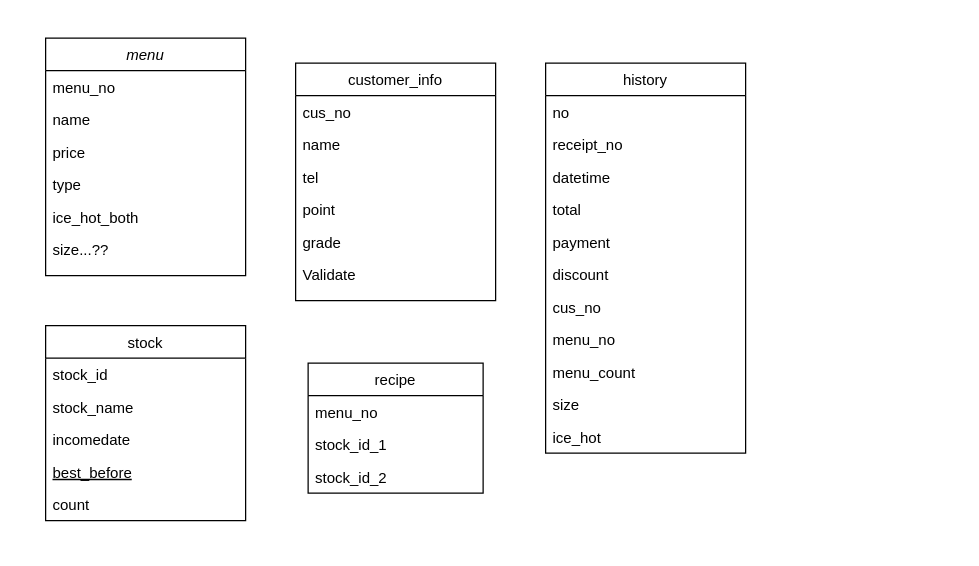
The draw.io diagram Untitled Diagram.drawio in lachicadulce/JavaStudy, before the edit. Source tidied: cells renumbered, new cells numbered last; positions are measured from the earlier drawing's top-left corner, leaving out a move shared by most shapes. Both pictures are drawn from the tidied source at 125%, with x=0, y=0 at pixel (45, 38).
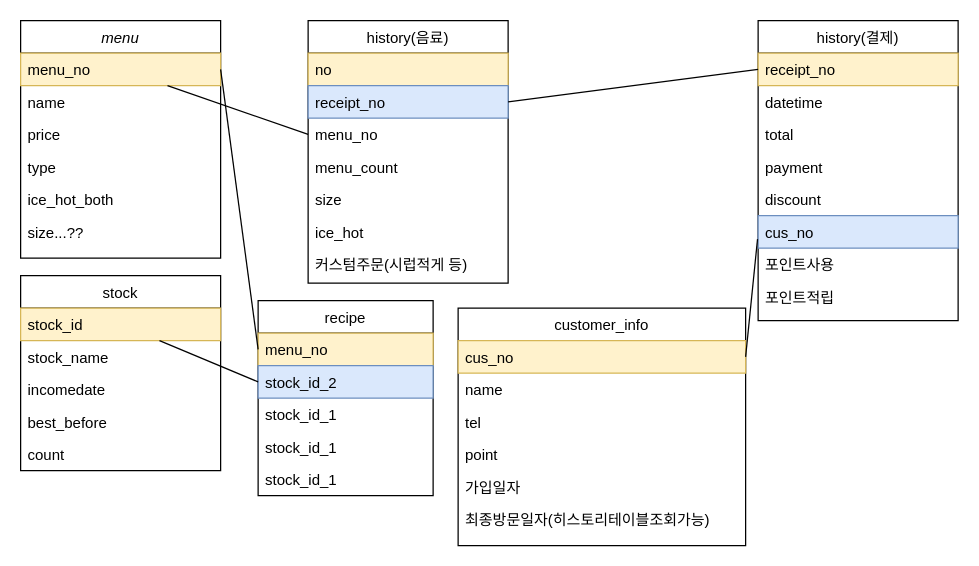
The same diagram, later.

Commit message:
자바 다이어그램 수정

Change to the diagram source:
```diff
@@
     <mxCell id="2" value="menu" style="swimlane;fontStyle=2;align=center;verticalAlign=top;horizontal=1;startSize=26;rounded=0;shadow=0;strokeWidth=1;" parent="1" vertex="1">
-      <mxGeometry width="160" height="190" as="geometry" />
+      <mxGeometry x="-20" y="-14" width="160" height="190" as="geometry" />
     </mxCell>
-    <mxCell id="3" value="menu_no" style="text;align=left;verticalAlign=top;spacingLeft=4;spacingRight=4;overflow=hidden;points=[[0,0.5],[1,0.5]];portConstraint=eastwest;" parent="2" vertex="1">
+    <mxCell id="3" value="menu_no" style="text;align=left;verticalAlign=top;spacingLeft=4;spacingRight=4;overflow=hidden;points=[[0,0.5],[1,0.5]];portConstraint=eastwest;fillColor=#fff2cc;strokeColor=#d6b656;" parent="2" vertex="1">
       <mxGeometry y="26" width="160" height="26" as="geometry" />
     </mxCell>
@@
     <mxCell id="9" value="stock" style="swimlane;fontStyle=0;align=center;verticalAlign=top;horizontal=1;startSize=26;rounded=0;shadow=0;strokeWidth=1;" parent="1" vertex="1">
-      <mxGeometry y="230" width="160" height="156" as="geometry" />
+      <mxGeometry x="-20" y="190" width="160" height="156" as="geometry" />
     </mxCell>
-    <mxCell id="10" value="stock_id" style="text;align=left;verticalAlign=top;spacingLeft=4;spacingRight=4;overflow=hidden;points=[[0,0.5],[1,0.5]];portConstraint=eastwest;" parent="9" vertex="1">
+    <mxCell id="10" value="stock_id" style="text;align=left;verticalAlign=top;spacingLeft=4;spacingRight=4;overflow=hidden;points=[[0,0.5],[1,0.5]];portConstraint=eastwest;fillColor=#fff2cc;strokeColor=#d6b656;" parent="9" vertex="1">
       <mxGeometry y="26" width="160" height="26" as="geometry" />
     </mxCell>
@@
-    <mxCell id="13" value="best_before" style="text;align=left;verticalAlign=top;spacingLeft=4;spacingRight=4;overflow=hidden;fontStyle=4;" parent="9" vertex="1">
+    <mxCell id="13" value="best_before" style="text;align=left;verticalAlign=top;spacingLeft=4;spacingRight=4;overflow=hidden;fontStyle=0;" parent="9" vertex="1">
       <mxGeometry y="104" width="160" height="26" as="geometry" />
     </mxCell>
@@
-    <mxCell id="15" value="history" style="swimlane;fontStyle=0;align=center;verticalAlign=top;horizontal=1;startSize=26;rounded=0;shadow=0;strokeWidth=1;" parent="1" vertex="1">
-      <mxGeometry x="400" y="20" width="160" height="312" as="geometry" />
+    <mxCell id="15" value="history(음료)" style="swimlane;fontStyle=0;align=center;verticalAlign=top;horizontal=1;startSize=26;rounded=0;shadow=0;strokeWidth=1;" parent="1" vertex="1">
+      <mxGeometry x="210" y="-14" width="160" height="210" as="geometry" />
     </mxCell>
-    <mxCell id="16" value="no" style="text;align=left;verticalAlign=top;spacingLeft=4;spacingRight=4;overflow=hidden;" parent="15" vertex="1">
+    <mxCell id="16" value="no" style="text;align=left;verticalAlign=top;spacingLeft=4;spacingRight=4;overflow=hidden;fillColor=#fff2cc;strokeColor=#d6b656;" parent="15" vertex="1">
       <mxGeometry y="26" width="160" height="26" as="geometry" />
     </mxCell>
-    <mxCell id="17" value="receipt_no" style="text;align=left;verticalAlign=top;spacingLeft=4;spacingRight=4;overflow=hidden;points=[[0,0.5],[1,0.5]];portConstraint=eastwest;" parent="15" vertex="1">
+    <mxCell id="17" value="receipt_no" style="text;align=left;verticalAlign=top;spacingLeft=4;spacingRight=4;overflow=hidden;points=[[0,0.5],[1,0.5]];portConstraint=eastwest;fillColor=#dae8fc;strokeColor=#6c8ebf;" parent="15" vertex="1">
       <mxGeometry y="52" width="160" height="26" as="geometry" />
     </mxCell>
+    <mxCell id="23" value="menu_no" style="text;align=left;verticalAlign=top;spacingLeft=4;spacingRight=4;overflow=hidden;points=[[0,0.5],[1,0.5]];portConstraint=eastwest;" parent="15" vertex="1">
+      <mxGeometry y="78" width="160" height="26" as="geometry" />
+    </mxCell>
+    <mxCell id="24" value="menu_count" style="text;align=left;verticalAlign=top;spacingLeft=4;spacingRight=4;overflow=hidden;" parent="15" vertex="1">
+      <mxGeometry y="104" width="160" height="26" as="geometry" />
+    </mxCell>
+    <mxCell id="25" value="size" style="text;align=left;verticalAlign=top;spacingLeft=4;spacingRight=4;overflow=hidden;" parent="15" vertex="1">
+      <mxGeometry y="130" width="160" height="26" as="geometry" />
+    </mxCell>
+    <mxCell id="26" value="ice_hot" style="text;align=left;verticalAlign=top;spacingLeft=4;spacingRight=4;overflow=hidden;" parent="15" vertex="1">
+      <mxGeometry y="156" width="160" height="26" as="geometry" />
+    </mxCell>
+    <mxCell id="38" value="커스텀주문(시럽적게 등)" style="text;align=left;verticalAlign=top;spacingLeft=4;spacingRight=4;overflow=hidden;" parent="15" vertex="1">
+      <mxGeometry y="182" width="160" height="26" as="geometry" />
+    </mxCell>
+    <mxCell id="27" value="customer_info" style="swimlane;fontStyle=0;align=center;verticalAlign=top;horizontal=1;startSize=26;rounded=0;shadow=0;strokeWidth=1;" parent="1" vertex="1">
+      <mxGeometry x="330" y="216" width="230" height="190" as="geometry" />
+    </mxCell>
+    <mxCell id="28" value="cus_no" style="text;align=left;verticalAlign=top;spacingLeft=4;spacingRight=4;overflow=hidden;points=[[0,0.5],[1,0.5]];portConstraint=eastwest;fillColor=#fff2cc;strokeColor=#d6b656;" parent="27" vertex="1">
+      <mxGeometry y="26" width="230" height="26" as="geometry" />
+    </mxCell>
+    <mxCell id="29" value="name" style="text;align=left;verticalAlign=top;spacingLeft=4;spacingRight=4;overflow=hidden;rounded=0;shadow=0;html=0;" parent="27" vertex="1">
+      <mxGeometry y="52" width="230" height="26" as="geometry" />
+    </mxCell>
+    <mxCell id="30" value="tel" style="text;align=left;verticalAlign=top;spacingLeft=4;spacingRight=4;overflow=hidden;rounded=0;shadow=0;html=0;" parent="27" vertex="1">
+      <mxGeometry y="78" width="230" height="26" as="geometry" />
+    </mxCell>
+    <mxCell id="31" value="point" style="text;align=left;verticalAlign=top;spacingLeft=4;spacingRight=4;overflow=hidden;rounded=0;shadow=0;html=0;" parent="27" vertex="1">
+      <mxGeometry y="104" width="230" height="26" as="geometry" />
+    </mxCell>
+    <mxCell id="33" value="가입일자" style="text;align=left;verticalAlign=top;spacingLeft=4;spacingRight=4;overflow=hidden;" parent="27" vertex="1">
+      <mxGeometry y="130" width="230" height="26" as="geometry" />
+    </mxCell>
+    <mxCell id="39" value="최종방문일자(히스토리테이블조회가능)" style="text;align=left;verticalAlign=top;spacingLeft=4;spacingRight=4;overflow=hidden;" parent="27" vertex="1">
+      <mxGeometry y="156" width="230" height="26" as="geometry" />
+    </mxCell>
+    <mxCell id="34" value="recipe" style="swimlane;fontStyle=0;horizontal=1;startSize=26;" parent="1" vertex="1">
+      <mxGeometry x="170" y="210" width="140" height="156" as="geometry" />
+    </mxCell>
+    <mxCell id="35" value="menu_no" style="text;strokeColor=#d6b656;fillColor=#fff2cc;align=left;verticalAlign=top;spacingLeft=4;spacingRight=4;overflow=hidden;points=[[0,0.5],[1,0.5]];portConstraint=eastwest;" parent="34" vertex="1">
+      <mxGeometry y="26" width="140" height="26" as="geometry" />
+    </mxCell>
+    <mxCell id="37" value="stock_id_2" style="text;strokeColor=#6c8ebf;fillColor=#dae8fc;align=left;verticalAlign=top;spacingLeft=4;spacingRight=4;overflow=hidden;points=[[0,0.5],[1,0.5]];portConstraint=eastwest;" parent="34" vertex="1">
+      <mxGeometry y="52" width="140" height="26" as="geometry" />
+    </mxCell>
+    <mxCell id="40" value="stock_id_1" style="text;align=left;verticalAlign=top;spacingLeft=4;spacingRight=4;overflow=hidden;" parent="34" vertex="1">
+      <mxGeometry y="78" width="140" height="26" as="geometry" />
+    </mxCell>
+    <mxCell id="41" value="stock_id_1" style="text;align=left;verticalAlign=top;spacingLeft=4;spacingRight=4;overflow=hidden;" parent="34" vertex="1">
+      <mxGeometry y="104" width="140" height="26" as="geometry" />
+    </mxCell>
+    <mxCell id="36" value="stock_id_1" style="text;align=left;verticalAlign=top;spacingLeft=4;spacingRight=4;overflow=hidden;" parent="34" vertex="1">
+      <mxGeometry y="130" width="140" height="26" as="geometry" />
+    </mxCell>
+    <mxCell id="42" value="history(결제)" style="swimlane;fontStyle=0;align=center;verticalAlign=top;horizontal=1;startSize=26;rounded=0;shadow=0;strokeWidth=1;" parent="1" vertex="1">
+      <mxGeometry x="570" y="-14" width="160" height="240" as="geometry" />
+    </mxCell>
+    <mxCell id="43" value="receipt_no" style="text;align=left;verticalAlign=top;spacingLeft=4;spacingRight=4;overflow=hidden;points=[[0,0.5],[1,0.5]];portConstraint=eastwest;fillColor=#fff2cc;strokeColor=#d6b656;" parent="42" vertex="1">
+      <mxGeometry y="26" width="160" height="26" as="geometry" />
+    </mxCell>
-    <mxCell id="18" value="datetime" style="text;align=left;verticalAlign=top;spacingLeft=4;spacingRight=4;overflow=hidden;" parent="15" vertex="1">
-      <mxGeometry y="78" width="160" height="26" as="geometry" />
+    <mxCell id="18" value="datetime" style="text;align=left;verticalAlign=top;spacingLeft=4;spacingRight=4;overflow=hidden;" parent="42" vertex="1">
+      <mxGeometry y="52" width="160" height="26" as="geometry" />
     </mxCell>
-    <mxCell id="19" value="total" style="text;align=left;verticalAlign=top;spacingLeft=4;spacingRight=4;overflow=hidden;" parent="15" vertex="1">
-      <mxGeometry y="104" width="160" height="26" as="geometry" />
+    <mxCell id="19" value="total" style="text;align=left;verticalAlign=top;spacingLeft=4;spacingRight=4;overflow=hidden;" parent="42" vertex="1">
+      <mxGeometry y="78" width="160" height="26" as="geometry" />
     </mxCell>
-    <mxCell id="20" value="payment" style="text;align=left;verticalAlign=top;spacingLeft=4;spacingRight=4;overflow=hidden;" parent="15" vertex="1">
-      <mxGeometry y="130" width="160" height="26" as="geometry" />
+    <mxCell id="20" value="payment" style="text;align=left;verticalAlign=top;spacingLeft=4;spacingRight=4;overflow=hidden;" parent="42" vertex="1">
+      <mxGeometry y="104" width="160" height="26" as="geometry" />
     </mxCell>
-    <mxCell id="21" value="discount" style="text;align=left;verticalAlign=top;spacingLeft=4;spacingRight=4;overflow=hidden;" parent="15" vertex="1">
-      <mxGeometry y="156" width="160" height="26" as="geometry" />
+    <mxCell id="21" value="discount" style="text;align=left;verticalAlign=top;spacingLeft=4;spacingRight=4;overflow=hidden;" parent="42" vertex="1">
+      <mxGeometry y="130" width="160" height="26" as="geometry" />
     </mxCell>
-    <mxCell id="22" value="cus_no" style="text;align=left;verticalAlign=top;spacingLeft=4;spacingRight=4;overflow=hidden;points=[[0,0.5],[1,0.5]];portConstraint=eastwest;" parent="15" vertex="1">
-      <mxGeometry y="182" width="160" height="26" as="geometry" />
+    <mxCell id="22" value="cus_no" style="text;align=left;verticalAlign=top;spacingLeft=4;spacingRight=4;overflow=hidden;points=[[0,0.5],[1,0.5]];portConstraint=eastwest;fillColor=#dae8fc;strokeColor=#6c8ebf;" parent="42" vertex="1">
+      <mxGeometry y="156" width="160" height="26" as="geometry" />
     </mxCell>
-    <mxCell id="23" value="menu_no" style="text;align=left;verticalAlign=top;spacingLeft=4;spacingRight=4;overflow=hidden;points=[[0,0.5],[1,0.5]];portConstraint=eastwest;" parent="15" vertex="1">
-      <mxGeometry y="208" width="160" height="26" as="geometry" />
-    </mxCell>
-    <mxCell id="24" value="menu_count" style="text;align=left;verticalAlign=top;spacingLeft=4;spacingRight=4;overflow=hidden;" parent="15" vertex="1">
-      <mxGeometry y="234" width="160" height="26" as="geometry" />
-    </mxCell>
-    <mxCell id="25" value="size" style="text;align=left;verticalAlign=top;spacingLeft=4;spacingRight=4;overflow=hidden;" parent="15" vertex="1">
-      <mxGeometry y="260" width="160" height="26" as="geometry" />
-    </mxCell>
-    <mxCell id="26" value="ice_hot" style="text;align=left;verticalAlign=top;spacingLeft=4;spacingRight=4;overflow=hidden;" parent="15" vertex="1">
-      <mxGeometry y="286" width="160" height="26" as="geometry" />
-    </mxCell>
-    <mxCell id="27" value="customer_info" style="swimlane;fontStyle=0;align=center;verticalAlign=top;horizontal=1;startSize=26;rounded=0;shadow=0;strokeWidth=1;" parent="1" vertex="1">
-      <mxGeometry x="200" y="20" width="160" height="190" as="geometry" />
-    </mxCell>
-    <mxCell id="28" value="cus_no" style="text;align=left;verticalAlign=top;spacingLeft=4;spacingRight=4;overflow=hidden;points=[[0,0.5],[1,0.5]];portConstraint=eastwest;" parent="27" vertex="1">
-      <mxGeometry y="26" width="160" height="26" as="geometry" />
-    </mxCell>
-    <mxCell id="29" value="name" style="text;align=left;verticalAlign=top;spacingLeft=4;spacingRight=4;overflow=hidden;rounded=0;shadow=0;html=0;" parent="27" vertex="1">
-      <mxGeometry y="52" width="160" height="26" as="geometry" />
-    </mxCell>
-    <mxCell id="30" value="tel" style="text;align=left;verticalAlign=top;spacingLeft=4;spacingRight=4;overflow=hidden;rounded=0;shadow=0;html=0;" parent="27" vertex="1">
-      <mxGeometry y="78" width="160" height="26" as="geometry" />
-    </mxCell>
-    <mxCell id="31" value="point" style="text;align=left;verticalAlign=top;spacingLeft=4;spacingRight=4;overflow=hidden;rounded=0;shadow=0;html=0;" parent="27" vertex="1">
-      <mxGeometry y="104" width="160" height="26" as="geometry" />
-    </mxCell>
-    <mxCell id="32" value="grade" style="text;align=left;verticalAlign=top;spacingLeft=4;spacingRight=4;overflow=hidden;rounded=0;shadow=0;html=0;" parent="27" vertex="1">
-      <mxGeometry y="130" width="160" height="26" as="geometry" />
-    </mxCell>
-    <mxCell id="33" value="Validate" style="text;align=left;verticalAlign=top;spacingLeft=4;spacingRight=4;overflow=hidden;" parent="27" vertex="1">
-      <mxGeometry y="156" width="160" height="26" as="geometry" />
-    </mxCell>
-    <mxCell id="34" value="recipe" style="swimlane;fontStyle=0;horizontal=1;startSize=26;" parent="1" vertex="1">
-      <mxGeometry x="210" y="260" width="140" height="104" as="geometry" />
-    </mxCell>
-    <mxCell id="35" value="menu_no" style="text;strokeColor=none;fillColor=none;align=left;verticalAlign=top;spacingLeft=4;spacingRight=4;overflow=hidden;points=[[0,0.5],[1,0.5]];portConstraint=eastwest;" parent="34" vertex="1">
-      <mxGeometry y="26" width="140" height="26" as="geometry" />
-    </mxCell>
-    <mxCell id="36" value="stock_id_1" style="text;strokeColor=none;fillColor=none;align=left;verticalAlign=top;spacingLeft=4;spacingRight=4;overflow=hidden;" parent="34" vertex="1">
-      <mxGeometry y="52" width="140" height="26" as="geometry" />
-    </mxCell>
-    <mxCell id="37" value="stock_id_2" style="text;strokeColor=none;fillColor=none;align=left;verticalAlign=top;spacingLeft=4;spacingRight=4;overflow=hidden;points=[[0,0.5],[1,0.5]];portConstraint=eastwest;" parent="34" vertex="1">
-      <mxGeometry y="78" width="140" height="26" as="geometry" />
-    </mxCell>
+    <mxCell id="44" value="포인트사용" style="text;align=left;verticalAlign=top;spacingLeft=4;spacingRight=4;overflow=hidden;" parent="42" vertex="1">
+      <mxGeometry y="182" width="160" height="26" as="geometry" />
+    </mxCell>
+    <mxCell id="45" value="포인트적립" style="text;align=left;verticalAlign=top;spacingLeft=4;spacingRight=4;overflow=hidden;" parent="42" vertex="1">
+      <mxGeometry y="208" width="160" height="26" as="geometry" />
+    </mxCell>
+    <mxCell id="46" style="endArrow=none;html=1;exitX=1;exitY=0.5;exitDx=0;exitDy=0;entryX=0;entryY=0.5;entryDx=0;entryDy=0;" parent="1" edge="1" source="3" target="35">
+      <mxGeometry relative="1" as="geometry" />
+    </mxCell>
+    <mxCell id="47" style="endArrow=none;html=1;exitX=1;exitY=0.5;exitDx=0;exitDy=0;entryX=-0.003;entryY=0.721;entryDx=0;entryDy=0;entryPerimeter=0;" parent="1" edge="1" source="28" target="22">
+      <mxGeometry relative="1" as="geometry" />
+    </mxCell>
+    <mxCell id="48" style="endArrow=none;html=1;entryX=0;entryY=0.5;entryDx=0;entryDy=0;exitX=1;exitY=0.5;exitDx=0;exitDy=0;" parent="1" edge="1" source="17" target="43">
+      <mxGeometry relative="1" as="geometry" />
+    </mxCell>
+    <mxCell id="49" style="endArrow=none;html=1;entryX=0;entryY=0.5;entryDx=0;entryDy=0;" parent="1" edge="1" source="3" target="23">
+      <mxGeometry relative="1" as="geometry" />
+    </mxCell>
+    <mxCell id="50" style="endArrow=none;html=1;entryX=0;entryY=0.5;entryDx=0;entryDy=0;" parent="1" edge="1" source="10" target="37">
+      <mxGeometry relative="1" as="geometry" />
+    </mxCell>
```
